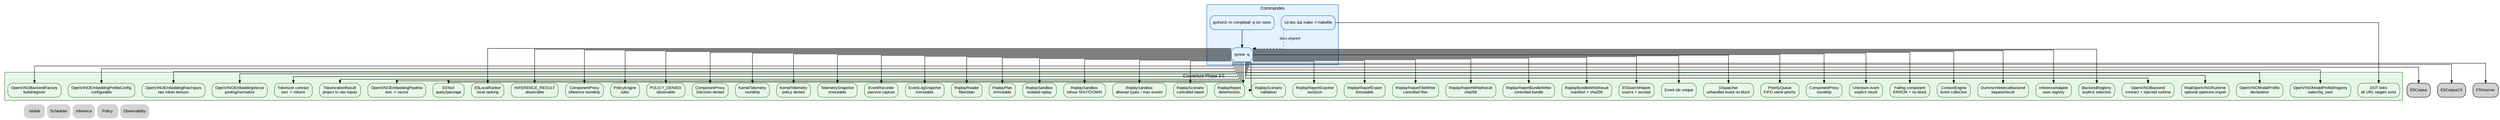
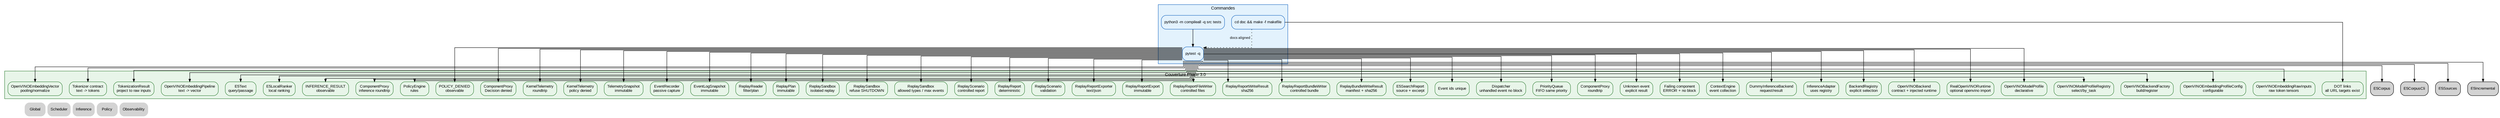
digraph Tests {
    rankdir=TB;
    splines=ortho;

    graph [fontname="Arial", fontsize=11];
    node [shape=box, style="rounded,filled", fontname="Arial", fontsize=10];
    edge [fontname="Arial", fontsize=9, arrowsize=0.7];

    // ROADMAP_NOTE[phase2_9]:
    // Ajout des tests RealOpenVINORuntime avec faux module openvino injecté.
    // Ces tests valident l'import isolé, les entrées brutes, le cache de modèle
    // compilé et l'absence de modèle/tokenizer imposé.

    // ROADMAP_NOTE[phase3_0]:
    // Ajout des tests OpenVINOModelProfile et OpenVINOModelProfileRegistry pour
    // préparer plusieurs modèles sans fallback implicite.

    // ROADMAP_NOTE[phase3_1]:
    // Ajout des tests OpenVINOBackendFactory pour construire et enregistrer un
    // backend depuis un profil explicite sans importer openvino.

    // ROADMAP_NOTE[phase3_2]:
    // Ajout des tests OpenVINOEmbeddingProfileConfig pour déclarer un profil
    // embedding configurable sans modèle local imposé.

    // ROADMAP_NOTE[phase3_3]:
    // Ajout des tests OpenVINOEmbeddingRawInputs et
    // OpenVINOEmbeddingOutputAdapter pour valider tokens bruts, pooling,
    // normalisation et vecteur stable sans tokenizer ni Qdrant.

    // ROADMAP_NOTE[phase3_4]:
    // Ajout des tests TokenizerConfig, TokenizationRequest,
    // TokenizationResult et TokenizerRegistry pour préparer texte -> tokens
    // sans dépendance externe imposée.

    // ROADMAP_NOTE[phase3_6]:
    // Ajout des tests DeterministicTokenizer pour valider un tokenizer concret
    // pure stdlib sans vocabulaire réel ni compatibilité modèle revendiquée.

    // ROADMAP_NOTE[phase3_10]:
    // Ajout des tests E5Text et E5LocalRanker pour verrouiller query/passage
    // et valider un ranking local avant Qdrant.

    // ROADMAP_NOTE[phase3_12]:
    // Ajout des tests E5CorpusBuilder, E5CorpusSearcher, E5CorpusJsonStore
    // et CLI corpus pour persister des passages vectorisés avant Qdrant.

    // ROADMAP_NOTE[phase3_14]:
    // Ajout des tests E5SearchReport et CLI source context pour afficher
    // source_path, lignes et extrait dans les résultats de recherche.
+ 
+     // ROADMAP_NOTE[phase3_15]:
+     // Ajout des tests E5IncrementalCorpusBuilder et CLI --reuse-index pour
+     // garantir la réutilisation déterministe des embeddings inchangés.

    subgraph cluster_commands {
        label="Commandes";
        color="#1565c0";
        bgcolor="#e3f2fd";
        node [fillcolor="#e3f2fd", color="#1565c0"];
        Compile [label="python3 -m compileall -q src tests"];
        Pytest [label="pytest -q"];
        Dot [label="cd doc && make -f makefile"];
    }

    subgraph cluster_coverage {
        label="Couverture Phase 3.0";
        color="#2e7d32";
        bgcolor="#e8f5e9";
        node [fillcolor="#e8f5e9", color="#2e7d32"];
        EventIds [label="Event ids unique"];
        Dispatcher [label="Dispatcher\nunhandled event no block"];
        Queue [label="PriorityQueue\nFIFO same priority"];
        Proxy [label="ComponentProxy\nroundtrip"];
        Unknown [label="Unknown event\nexplicit result"];
        Failure [label="Failing component\nERROR + no block"];
        Context [label="ContextEngine\nevent collection"];
        Inference [label="DummyInferenceBackend\nrequest/result"];
        InferenceAdapter [label="InferenceAdapter\nuses registry"];
        BackendRegistry [label="BackendRegistry\nexplicit selection"];
        OpenVINOContract [label="OpenVINOBackend\ncontract + injected runtime", URL="../inference/41_openvino_backend.svg"];
        OpenVINORuntime [label="RealOpenVINORuntime\noptional openvino import", URL="../inference/42_openvino_runtime.svg"];
        OpenVINOProfile [label="OpenVINOModelProfile\ndeclarative", URL="../inference/43_openvino_profiles.svg"];
        OpenVINOProfileRegistry [label="OpenVINOModelProfileRegistry\nselect/by_task", URL="../inference/43_openvino_profiles.svg"];
        OpenVINOBackendFactory [label="OpenVINOBackendFactory\nbuild/register", URL="../inference/43_openvino_profiles.svg"];
        OpenVINOEmbeddingProfile [label="OpenVINOEmbeddingProfileConfig\nconfigurable", URL="../inference/44_openvino_embedding_profile.svg"];
        OpenVINOEmbeddingRaw [label="OpenVINOEmbeddingRawInputs\nraw token tensors", URL="../inference/45_openvino_embedding_raw.svg"];
        OpenVINOEmbeddingVector [label="OpenVINOEmbeddingVector\npooling/normalize", URL="../inference/45_openvino_embedding_raw.svg"];
        TokenizerContract [label="Tokenizer contract\ntext -> tokens", URL="../inference/46_tokenizer_contract.svg"];
        TokenizationResult [label="TokenizationResult\nproject to raw inputs", URL="../inference/46_tokenizer_contract.svg"];
        OpenVINOEmbeddingPipeline [label="OpenVINOEmbeddingPipeline\ntext -> vector", URL="../inference/47_openvino_embedding_pipeline.svg"];
        E5Text [label="E5Text\nquery/passage", URL="../inference/49_e5_query_passage.svg"];
        E5LocalRanker [label="E5LocalRanker\nlocal ranking", URL="../inference/49_e5_query_passage.svg"];
        InferenceObs [label="INFERENCE_RESULT\nobservable"];
        InferenceProxy [label="ComponentProxy\ninference roundtrip"];
        PolicyRules [label="PolicyEngine\nrules"];
        PolicyDenied [label="POLICY_DENIED\nobservable"];
        PolicyProxy [label="ComponentProxy\nDecision denied"];
        TelemetryRoundtrip [label="KernelTelemetry\nroundtrip"];
        TelemetryDenied [label="KernelTelemetry\npolicy denied"];
        TelemetrySnapshot [label="TelemetrySnapshot\nimmutable"];
        EventRecorder [label="EventRecorder\npassive capture"];
        EventLogSnapshot [label="EventLogSnapshot\nimmutable"];
        ReplayReader [label="ReplayReader\nfilter/plan"];
        ReplayPlan [label="ReplayPlan\nimmutable"];
        ReplaySandbox [label="ReplaySandbox\nisolated replay"];
        ReplaySandboxDenied [label="ReplaySandbox\nrefuse SHUTDOWN"];
        ReplaySandboxLimits [label="ReplaySandbox\nallowed types / max events"];
        ReplayScenario [label="ReplayScenario\ncontrolled report"];
        ReplayReport [label="ReplayReport\ndeterministic"];
        ReplayScenarioValidation [label="ReplayScenario\nvalidation"];
        ReplayReportExporter [label="ReplayReportExporter\ntext/json"];
        ReplayReportExport [label="ReplayReportExport\nimmutable"];
        ReplayReportFileWriter [label="ReplayReportFileWriter\ncontrolled files"];
        ReplayReportWriteResult [label="ReplayReportWriteResult\nsha256"];
        ReplayReportBundleWriter [label="ReplayReportBundleWriter\ncontrolled bundle"];
        ReplayBundleWriteResult [label="ReplayBundleWriteResult\nmanifest + sha256"];
        E5SearchReport [label="E5SearchReport\nsource + excerpt", URL="../inference/52_e5_search_report.svg"];
        DotLinks [label="DOT links\nall URL targets exist"];
    }

    Compile -> Pytest;
    Pytest -> EventIds;
    Pytest -> Dispatcher;
    Pytest -> Queue;
    Pytest -> Proxy;
    Pytest -> Unknown;
    Pytest -> Failure;
    Pytest -> Context;
    Pytest -> Inference;
    Pytest -> InferenceAdapter;
    Pytest -> BackendRegistry;
    Pytest -> OpenVINOContract;
    Pytest -> OpenVINORuntime;
    Pytest -> OpenVINOProfile;
    Pytest -> OpenVINOProfileRegistry;
    Pytest -> OpenVINOBackendFactory;
    Pytest -> OpenVINOEmbeddingProfile;
    Pytest -> OpenVINOEmbeddingRaw;
    Pytest -> OpenVINOEmbeddingVector;
    Pytest -> TokenizerContract;
    Pytest -> TokenizationResult;
    Pytest -> OpenVINOEmbeddingPipeline;
    Pytest -> E5Text;
    Pytest -> E5LocalRanker;
    Pytest -> E5Corpus;
    Pytest -> E5CorpusCli;
    Pytest -> E5Sources;
    Pytest -> E5SearchReport;
+     Pytest -> E5Incremental;
    Pytest -> InferenceObs;
    Pytest -> InferenceProxy;
    Pytest -> PolicyRules;
    Pytest -> PolicyDenied;
    Pytest -> PolicyProxy;
    Pytest -> TelemetryRoundtrip;
    Pytest -> TelemetryDenied;
    Pytest -> TelemetrySnapshot;
    Pytest -> EventRecorder;
    Pytest -> EventLogSnapshot;
    Pytest -> ReplayReader;
    Pytest -> ReplayPlan;
    Pytest -> ReplaySandbox;
    Pytest -> ReplaySandboxDenied;
    Pytest -> ReplaySandboxLimits;
    Pytest -> ReplayScenario;
    Pytest -> ReplayReport;
    Pytest -> ReplayScenarioValidation;
    Pytest -> ReplayReportExporter;
    Pytest -> ReplayReportExport;
    Pytest -> ReplayReportFileWriter;
    Pytest -> ReplayReportWriteResult;
    Pytest -> ReplayReportBundleWriter;
    Pytest -> ReplayBundleWriteResult;
    Dot -> DotLinks;
    Dot -> Pytest [style=dotted, label="docs aligned"];

    Nav_Global [label="Global", shape=plaintext, URL="../00_global.svg"];
    Nav_Scheduler [label="Scheduler", shape=plaintext, URL="../scheduler/10_scheduler.svg"];
    Nav_Inference [label="Inference", shape=plaintext, URL="../inference/40_inference.svg"];
    Nav_Policy [label="Policy", shape=plaintext, URL="../00_global.svg"];
    Nav_Observability [label="Observability", shape=plaintext, URL="../observability/70_observability.svg"];

    { rank=sink; Nav_Global; Nav_Scheduler; Nav_Inference; Nav_Policy; Nav_Observability; }
}
